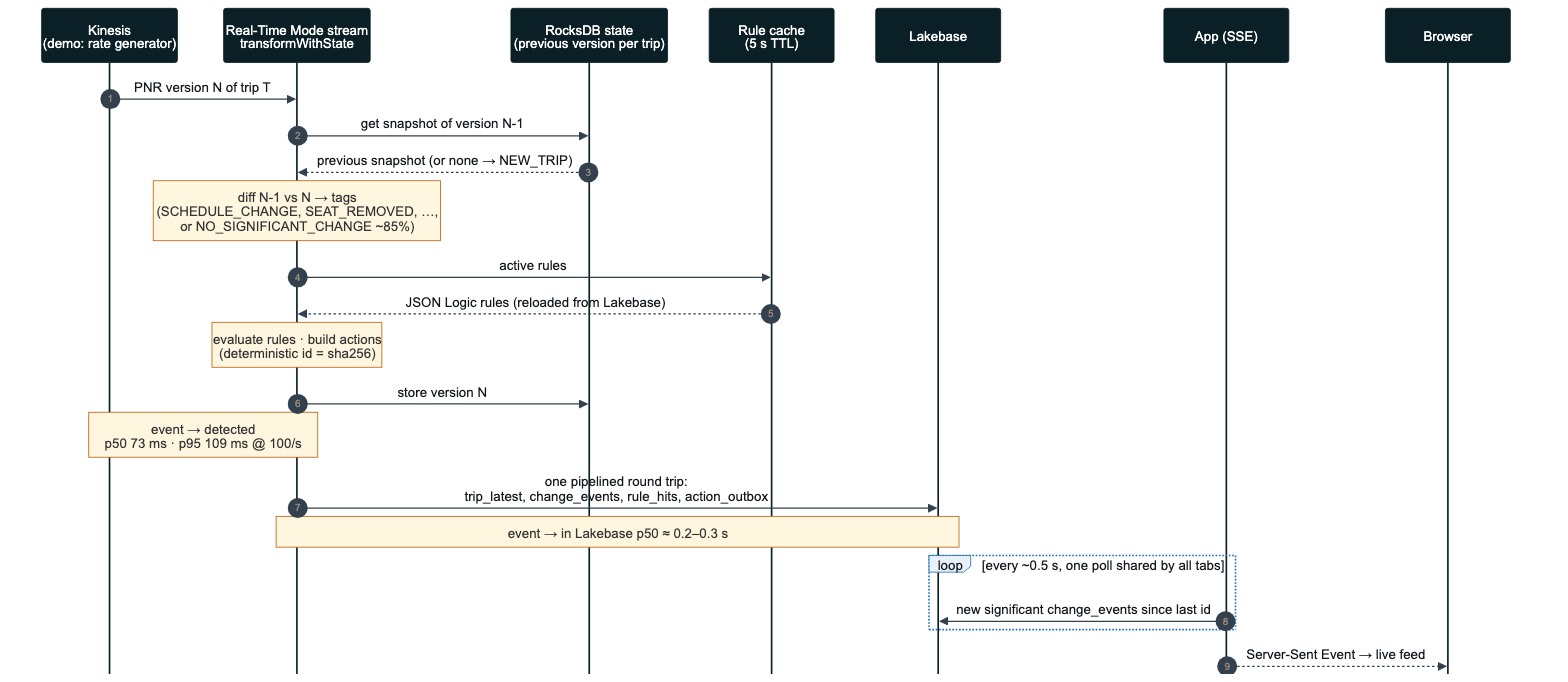
The Mermaid diagram docs/architecture/png/02_realtime_sequence.png in rohit-db/bcd-scheduled-changes-demo, before a commit. Its source is kept beside it as docs/architecture/src/02_realtime_sequence.mmd.
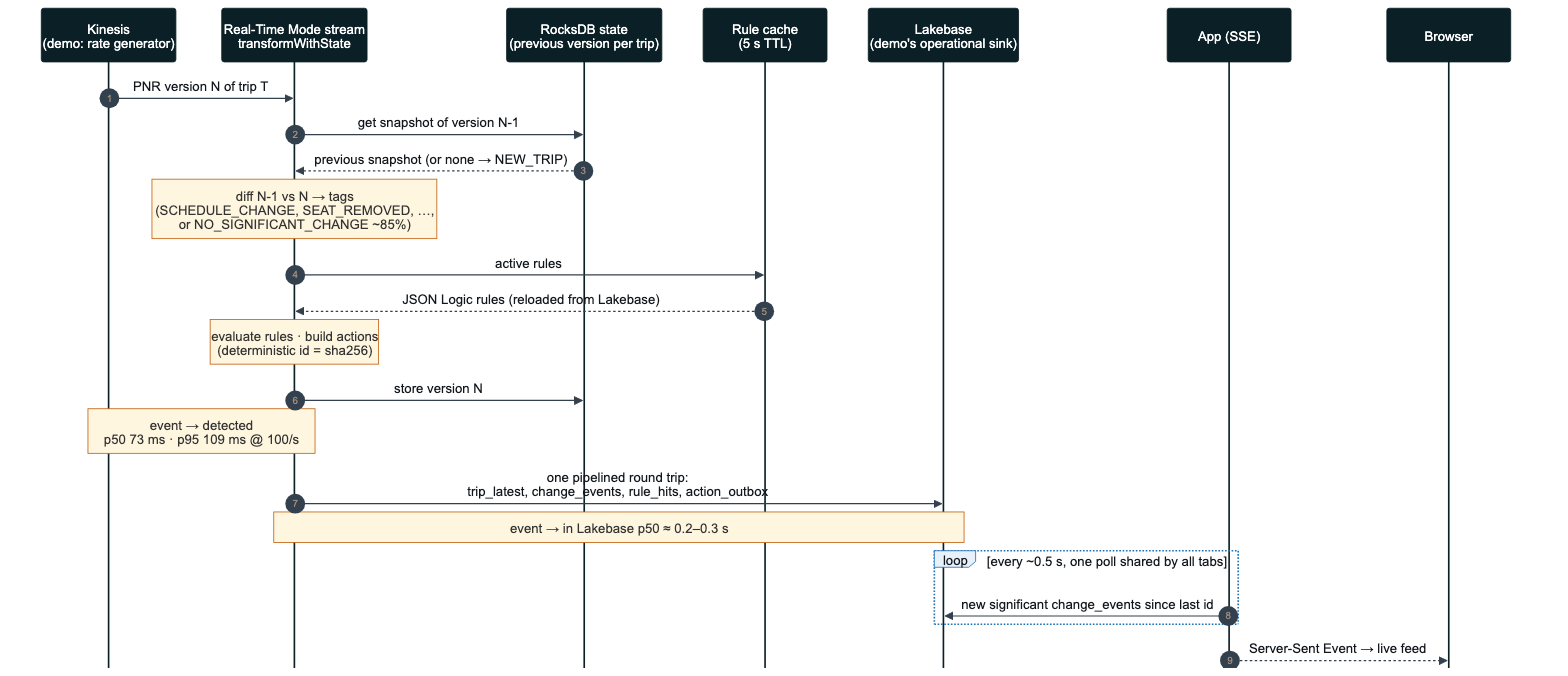
Later version of the same file.

What changed in the source:
```diff
@@ -4,7 +4,7 @@
   participant S as Real-Time Mode stream<br/>transformWithState
   participant ST as RocksDB state<br/>(previous version per trip)
   participant R as Rule cache<br/>(5 s TTL)
-  participant L as Lakebase
+  participant L as Lakebase<br/>(demo's operational sink)
   participant A as App (SSE)
   participant B as Browser
 
```
